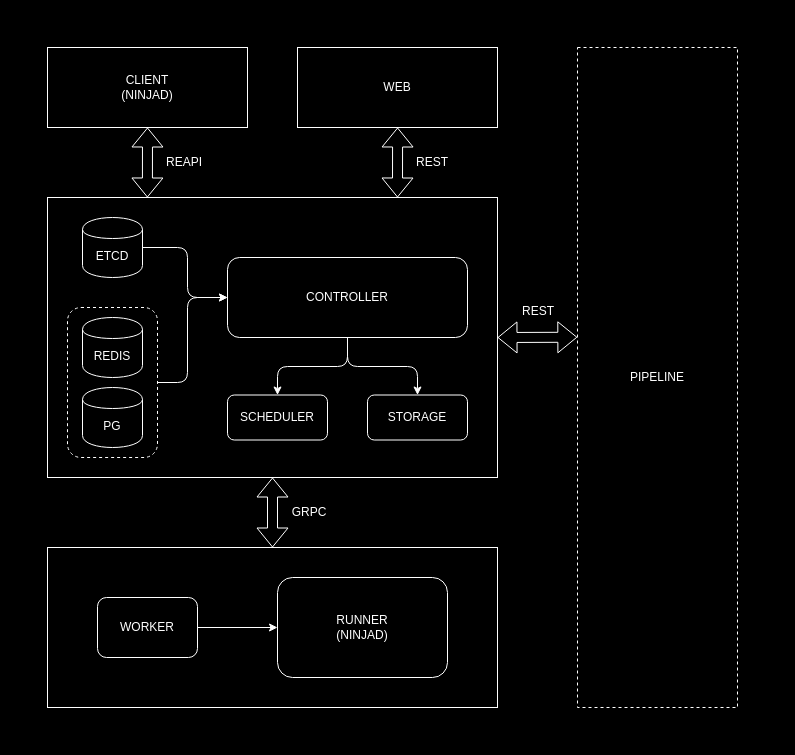
This is static/overview.drawio from distbuild/distbuild.github.io, a draw.io file, before an edit. Source tidied: cells renumbered, new cells numbered last; positions are measured from the earlier drawing's top-left corner, leaving out a move shared by most shapes. Both pictures are drawn from the tidied source at 100%, with x=0, y=0 at pixel (17, 17).
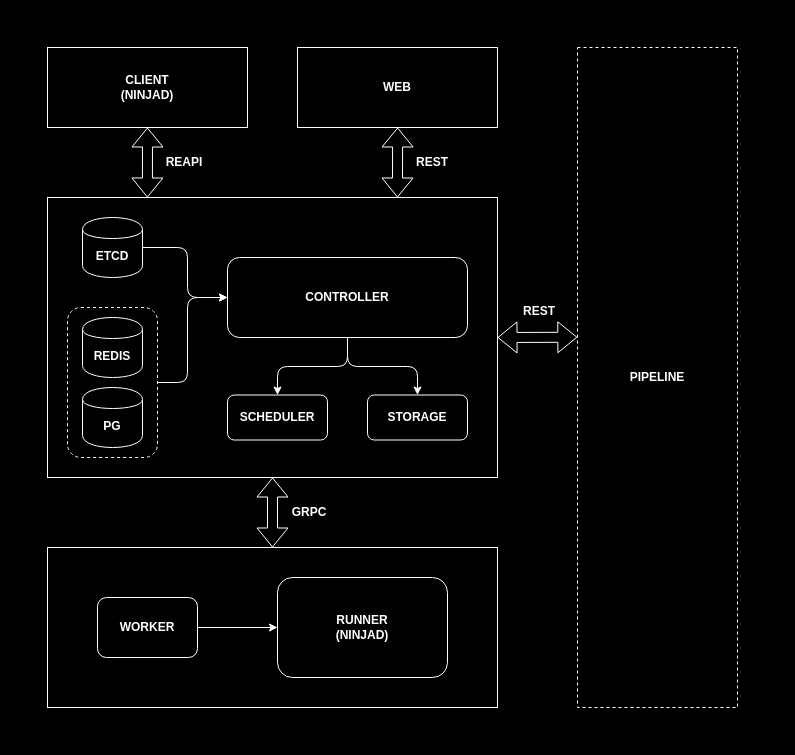
The same page after the edit.

The edit, as a diff of the source:
```diff
@@
-    <mxCell id="5" value="CONTROLLER" style="rounded=1;whiteSpace=wrap;html=1;fontColor=#FFFFFF;fillColor=#000000;strokeColor=#FFFFFF;" parent="1" vertex="1">
+    <mxCell id="5" value="&lt;b&gt;CONTROLLER&lt;/b&gt;" style="rounded=1;whiteSpace=wrap;html=1;fontColor=#FFFFFF;fillColor=#000000;strokeColor=#FFFFFF;" parent="1" vertex="1">
       <mxGeometry x="210" y="240" width="240" height="80" as="geometry" />
     </mxCell>
-    <mxCell id="6" value="WORKER" style="rounded=1;whiteSpace=wrap;html=1;fillColor=#000000;strokeColor=#FFFFFF;fontColor=#FFFFFF;" parent="1" vertex="1">
+    <mxCell id="6" value="&lt;b&gt;WORKER&lt;/b&gt;" style="rounded=1;whiteSpace=wrap;html=1;fillColor=#000000;strokeColor=#FFFFFF;fontColor=#FFFFFF;" parent="1" vertex="1">
       <mxGeometry x="80" y="580" width="100" height="60" as="geometry" />
     </mxCell>
-    <mxCell id="7" value="RUNNER&lt;br&gt;(NINJAD)" style="rounded=1;whiteSpace=wrap;html=1;fontColor=#FFFFFF;fillColor=#000000;strokeColor=#FFFFFF;" parent="1" vertex="1">
+    <mxCell id="7" value="&lt;b&gt;RUNNER&lt;br&gt;(NINJAD)&lt;/b&gt;" style="rounded=1;whiteSpace=wrap;html=1;fontColor=#FFFFFF;fillColor=#000000;strokeColor=#FFFFFF;" parent="1" vertex="1">
       <mxGeometry x="260" y="560" width="170" height="100" as="geometry" />
     </mxCell>
@@
-    <mxCell id="9" value="CLIENT&lt;br&gt;(NINJAD)" style="rounded=0;whiteSpace=wrap;html=1;strokeColor=#FFFFFF;fillColor=#000000;fontColor=#FFFFFF;" parent="1" vertex="1">
+    <mxCell id="9" value="&lt;b&gt;CLIENT&lt;br&gt;(NINJAD)&lt;/b&gt;" style="rounded=0;whiteSpace=wrap;html=1;strokeColor=#FFFFFF;fillColor=#000000;fontColor=#FFFFFF;" parent="1" vertex="1">
       <mxGeometry x="30" y="30" width="200" height="80" as="geometry" />
     </mxCell>
@@
-    <mxCell id="12" value="PIPELINE" style="rounded=0;whiteSpace=wrap;html=1;dashed=1;fillColor=#000000;strokeColor=#FFFFFF;fontColor=#FFFFFF;" parent="1" vertex="1">
+    <mxCell id="12" value="&lt;b&gt;PIPELINE&lt;/b&gt;" style="rounded=0;whiteSpace=wrap;html=1;dashed=1;fillColor=#000000;strokeColor=#FFFFFF;fontColor=#FFFFFF;" parent="1" vertex="1">
       <mxGeometry x="560" y="30" width="160" height="660" as="geometry" />
     </mxCell>
@@
-    <mxCell id="14" value="REAPI" style="text;html=1;strokeColor=none;fillColor=none;align=center;verticalAlign=middle;whiteSpace=wrap;rounded=0;fontColor=#FFFFFF;" parent="1" vertex="1">
+    <mxCell id="14" value="&lt;b&gt;REAPI&lt;/b&gt;" style="text;html=1;strokeColor=none;fillColor=none;align=center;verticalAlign=middle;whiteSpace=wrap;rounded=0;fontColor=#FFFFFF;" parent="1" vertex="1">
       <mxGeometry x="147" y="135" width="40" height="20" as="geometry" />
     </mxCell>
-    <mxCell id="15" value="REST" style="text;html=1;strokeColor=none;fillColor=none;align=center;verticalAlign=middle;whiteSpace=wrap;rounded=0;fontColor=#FFFFFF;" parent="1" vertex="1">
-      <mxGeometry x="501" y="284" width="40" height="20" as="geometry" />
+    <mxCell id="15" value="&lt;b&gt;REST&lt;/b&gt;" style="text;html=1;strokeColor=none;fillColor=none;align=center;verticalAlign=middle;whiteSpace=wrap;rounded=0;fontColor=#FFFFFF;" parent="1" vertex="1">
+      <mxGeometry x="502" y="284" width="40" height="20" as="geometry" />
     </mxCell>
-    <mxCell id="16" value="GRPC" style="text;html=1;strokeColor=none;fillColor=none;align=center;verticalAlign=middle;whiteSpace=wrap;rounded=0;fontColor=#FFFFFF;" parent="1" vertex="1">
+    <mxCell id="16" value="&lt;b&gt;GRPC&lt;/b&gt;" style="text;html=1;strokeColor=none;fillColor=none;align=center;verticalAlign=middle;whiteSpace=wrap;rounded=0;fontColor=#FFFFFF;" parent="1" vertex="1">
       <mxGeometry x="272" y="485" width="40" height="20" as="geometry" />
     </mxCell>
@@
-    <mxCell id="18" value="ETCD" style="shape=cylinder;whiteSpace=wrap;html=1;boundedLbl=1;backgroundOutline=1;strokeColor=#FFFFFF;fillColor=#000000;fontColor=#FFFFFF;" parent="1" vertex="1">
+    <mxCell id="18" value="&lt;b&gt;ETCD&lt;/b&gt;" style="shape=cylinder;whiteSpace=wrap;html=1;boundedLbl=1;backgroundOutline=1;strokeColor=#FFFFFF;fillColor=#000000;fontColor=#FFFFFF;" parent="1" vertex="1">
       <mxGeometry x="65" y="200" width="60" height="60" as="geometry" />
     </mxCell>
-    <mxCell id="19" value="&lt;font style=&quot;font-size: 12px&quot;&gt;PG&lt;/font&gt;" style="shape=cylinder;whiteSpace=wrap;html=1;boundedLbl=1;backgroundOutline=1;fontColor=#FFFFFF;fillColor=#000000;strokeColor=#FFFFFF;" parent="1" vertex="1">
+    <mxCell id="19" value="&lt;font style=&quot;font-size: 12px&quot;&gt;&lt;b&gt;PG&lt;/b&gt;&lt;/font&gt;" style="shape=cylinder;whiteSpace=wrap;html=1;boundedLbl=1;backgroundOutline=1;fontColor=#FFFFFF;fillColor=#000000;strokeColor=#FFFFFF;" parent="1" vertex="1">
       <mxGeometry x="65" y="370" width="60" height="60" as="geometry" />
     </mxCell>
-    <mxCell id="20" value="&lt;font style=&quot;font-size: 12px&quot;&gt;REDIS&lt;/font&gt;" style="shape=cylinder;whiteSpace=wrap;html=1;boundedLbl=1;backgroundOutline=1;fillColor=#000000;strokeColor=#FFFFFF;fontColor=#FFFFFF;" parent="1" vertex="1">
+    <mxCell id="20" value="&lt;font style=&quot;font-size: 12px&quot;&gt;&lt;b&gt;REDIS&lt;/b&gt;&lt;/font&gt;" style="shape=cylinder;whiteSpace=wrap;html=1;boundedLbl=1;backgroundOutline=1;fillColor=#000000;strokeColor=#FFFFFF;fontColor=#FFFFFF;" parent="1" vertex="1">
       <mxGeometry x="65" y="300" width="60" height="60" as="geometry" />
     </mxCell>
@@
-    <mxCell id="22" value="WEB" style="rounded=0;whiteSpace=wrap;html=1;fontColor=#FFFFFF;fillColor=#000000;strokeColor=#FFFFFF;" parent="1" vertex="1">
+    <mxCell id="22" value="&lt;b&gt;WEB&lt;/b&gt;" style="rounded=0;whiteSpace=wrap;html=1;fontColor=#FFFFFF;fillColor=#000000;strokeColor=#FFFFFF;" parent="1" vertex="1">
       <mxGeometry x="280" y="30" width="200" height="80" as="geometry" />
     </mxCell>
@@
-    <mxCell id="24" value="REST" style="text;html=1;strokeColor=none;fillColor=none;align=center;verticalAlign=middle;whiteSpace=wrap;rounded=0;fontColor=#FFFFFF;" parent="1" vertex="1">
+    <mxCell id="24" value="&lt;b&gt;REST&lt;/b&gt;" style="text;html=1;strokeColor=none;fillColor=none;align=center;verticalAlign=middle;whiteSpace=wrap;rounded=0;fontColor=#FFFFFF;" parent="1" vertex="1">
       <mxGeometry x="395.1" y="135" width="40" height="20" as="geometry" />
     </mxCell>
-    <mxCell id="25" value="SCHEDULER" style="rounded=1;whiteSpace=wrap;html=1;fillColor=#000000;strokeColor=#FFFFFF;fontColor=#FFFFFF;" parent="1" vertex="1">
+    <mxCell id="25" value="&lt;b&gt;SCHEDULER&lt;/b&gt;" style="rounded=1;whiteSpace=wrap;html=1;fillColor=#000000;strokeColor=#FFFFFF;fontColor=#FFFFFF;" parent="1" vertex="1">
       <mxGeometry x="210" y="377.5" width="100" height="45" as="geometry" />
     </mxCell>
-    <mxCell id="26" value="STORAGE" style="rounded=1;whiteSpace=wrap;html=1;fontColor=#FFFFFF;fillColor=#000000;strokeColor=#FFFFFF;" parent="1" vertex="1">
+    <mxCell id="26" value="&lt;b&gt;STORAGE&lt;/b&gt;" style="rounded=1;whiteSpace=wrap;html=1;fontColor=#FFFFFF;fillColor=#000000;strokeColor=#FFFFFF;" parent="1" vertex="1">
       <mxGeometry x="350" y="377.5" width="100" height="45" as="geometry" />
     </mxCell>
```
